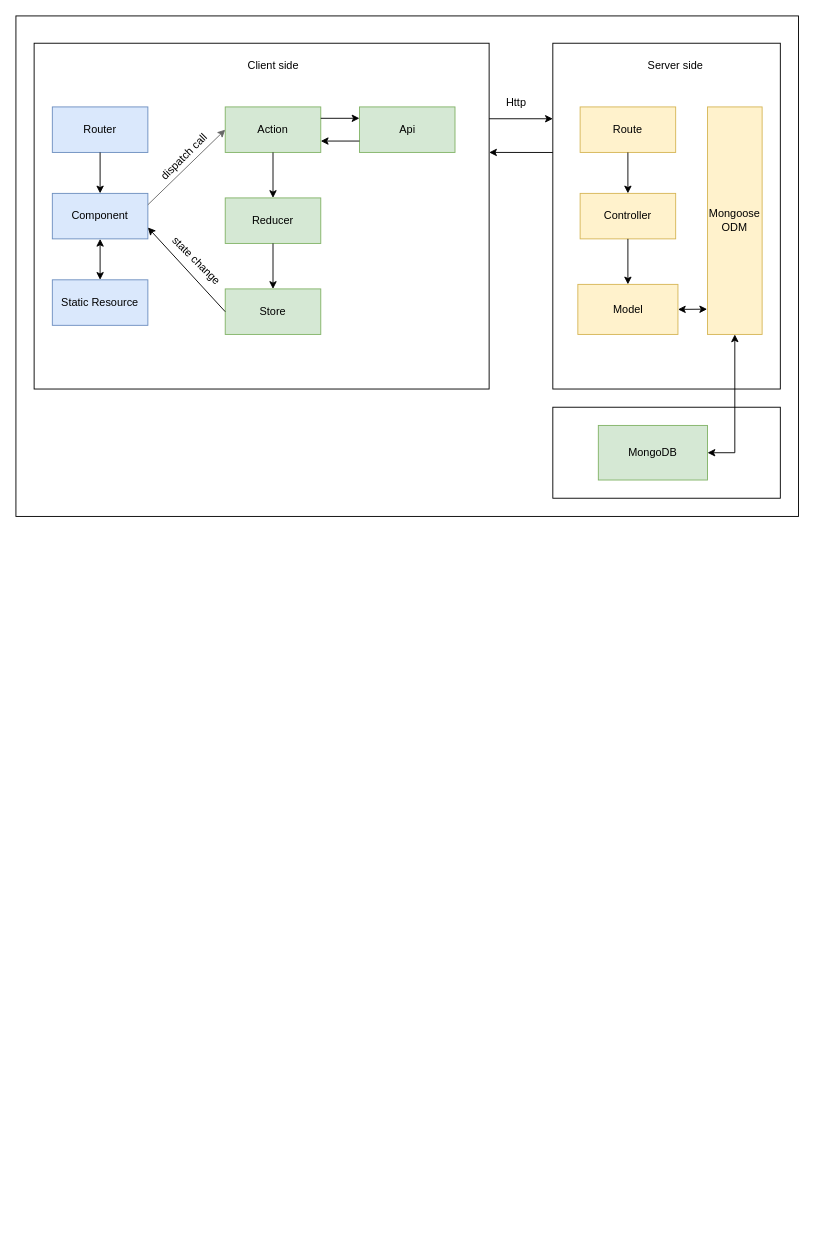
This is Untitled Diagram.drawio from Chris-25/Book, a draw.io file, before an edit. Source tidied: cells renumbered, new cells numbered last; positions are measured from the earlier drawing's top-left corner, leaving out a move shared by most shapes. Both pictures are drawn from the tidied source at 91%, with x=0, y=0 at pixel (15, 15).
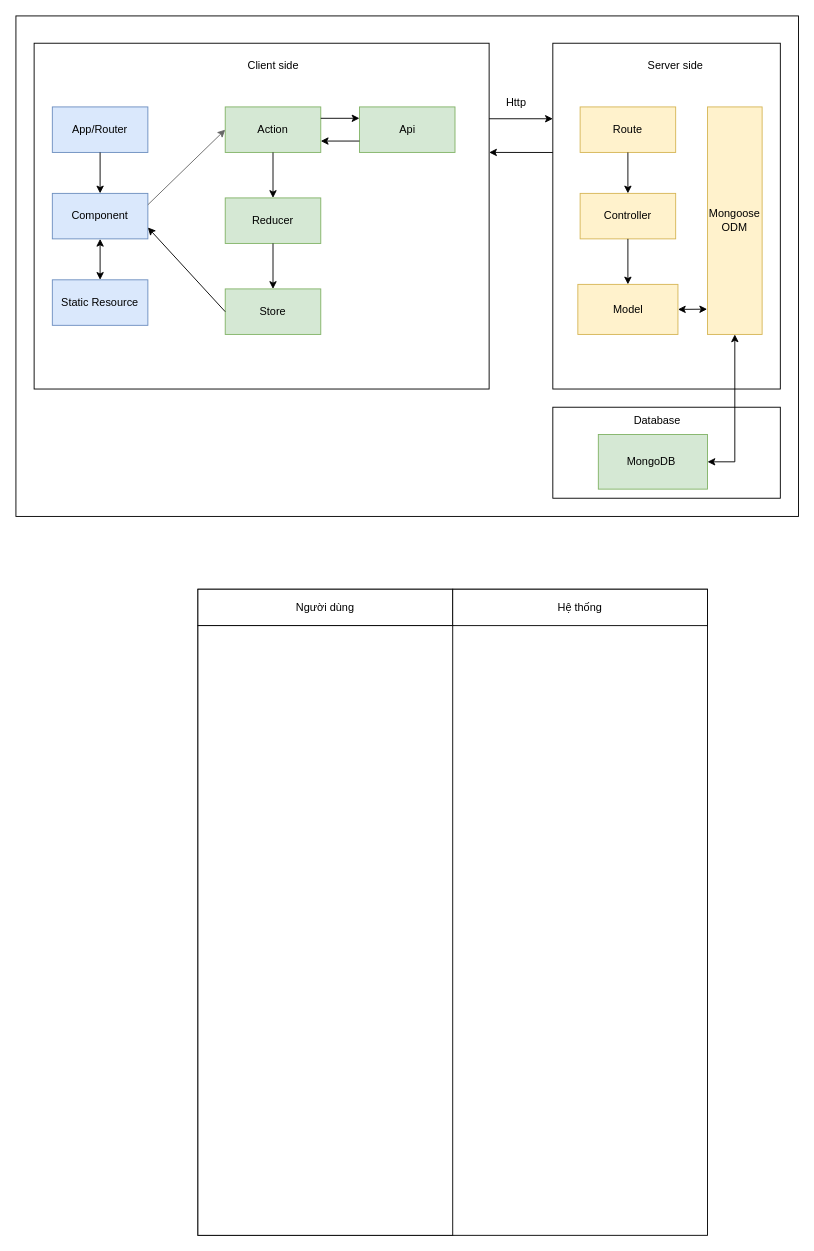
The same diagram, later.

Unchanged cells that the change refers to:
```xml
<mxCell id="22" value="Mongoose&lt;br&gt;ODM" style="rounded=0;whiteSpace=wrap;html=1;fillColor=#fff2cc;strokeColor=#d6b656;" parent="1" vertex="1">
  <mxGeometry x="760" y="100" width="60" height="250" as="geometry" />
</mxCell>
```

What changed in the source:
```diff
@@
-    <mxCell id="9" value="Router" style="rounded=0;whiteSpace=wrap;html=1;fillColor=#dae8fc;strokeColor=#6c8ebf;" parent="1" vertex="1">
+    <mxCell id="9" value="App/Router" style="rounded=0;whiteSpace=wrap;html=1;fillColor=#dae8fc;strokeColor=#6c8ebf;" parent="1" vertex="1">
       <mxGeometry x="40" y="100" width="105" height="50" as="geometry" />
     </mxCell>
@@
-    <mxCell id="27" value="MongoDB" style="rounded=0;whiteSpace=wrap;html=1;fillColor=#d5e8d4;strokeColor=#82b366;" parent="1" vertex="1">
-      <mxGeometry x="640" y="450" width="120" height="60" as="geometry" />
+    <mxCell id="27" value="MongoDB&amp;nbsp;" style="rounded=0;whiteSpace=wrap;html=1;fillColor=#d5e8d4;strokeColor=#82b366;" parent="1" vertex="1">
+      <mxGeometry x="640" y="460" width="120" height="60" as="geometry" />
     </mxCell>
@@
     <mxCell id="29" style="endArrow=classic;startArrow=classic;html=1;rounded=0;fontColor=#000000;exitX=0.5;exitY=1;exitDx=0;exitDy=0;entryX=1;entryY=0.5;entryDx=0;entryDy=0;" parent="1" edge="1" source="22" target="27">
       <mxGeometry relative="1" as="geometry">
         <Array as="points">
-          <mxPoint x="790" y="480" />
+          <mxPoint x="790" y="490" />
         </Array>
       </mxGeometry>
     </mxCell>
@@
-    <mxCell id="35" value="dispatch call" style="text;html=1;strokeColor=none;fillColor=none;align=center;verticalAlign=middle;whiteSpace=wrap;rounded=0;fontColor=#000000;rotation=-45;" parent="1" vertex="1">
-      <mxGeometry x="150" y="140" width="70" height="30" as="geometry" />
-    </mxCell>
-    <mxCell id="36" value="state change" style="text;html=1;strokeColor=none;fillColor=none;align=center;verticalAlign=middle;whiteSpace=wrap;rounded=0;fontColor=#000000;rotation=45;" parent="1" vertex="1">
-      <mxGeometry x="158.5" y="253.5" width="80" height="30" as="geometry" />
-    </mxCell>
+    <mxCell id="37" value="Database" style="text;html=1;strokeColor=none;fillColor=none;align=center;verticalAlign=middle;whiteSpace=wrap;rounded=0;fontColor=#000000;" parent="1" vertex="1">
+      <mxGeometry x="670" y="430" width="70" height="30" as="geometry" />
+    </mxCell>
+    <mxCell id="38" style="rounded=0;whiteSpace=wrap;html=1;fontColor=#000000;" parent="1" vertex="1">
+      <mxGeometry x="200" y="630" width="560" height="710" as="geometry" />
+    </mxCell>
+    <mxCell id="39" value="Người dùng" style="rounded=0;whiteSpace=wrap;html=1;fontColor=#000000;" parent="1" vertex="1">
+      <mxGeometry x="200" y="630" width="280" height="40" as="geometry" />
+    </mxCell>
+    <mxCell id="40" value="Hệ thống" style="rounded=0;whiteSpace=wrap;html=1;fontColor=#000000;" parent="1" vertex="1">
+      <mxGeometry x="480" y="630" width="280" height="40" as="geometry" />
+    </mxCell>
+    <mxCell id="41" style="rounded=0;whiteSpace=wrap;html=1;fontColor=#000000;" parent="1" vertex="1">
+      <mxGeometry x="200" y="670" width="280" height="670" as="geometry" />
+    </mxCell>
```
